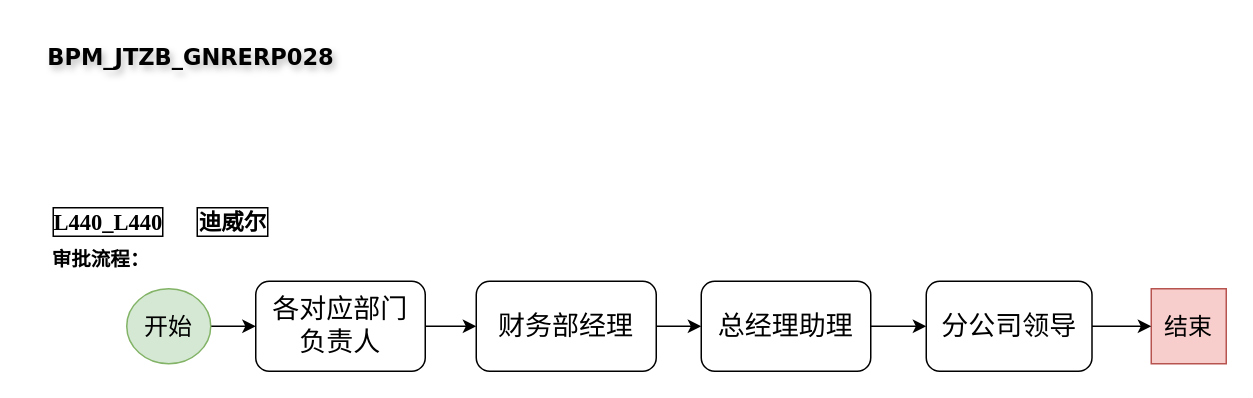
wyxvincent/flow_charts keeps this draw.io diagram as BPM_JTZB_GNRERP028 -L440_L440.drawio. Above is the earlier version. Source tidied: cells renumbered, new cells numbered last; positions are measured from the earlier drawing's top-left corner, leaving out a move shared by most shapes. Both pictures are drawn from the tidied source at 150%, with x=0, y=0 at pixel (26, 26).
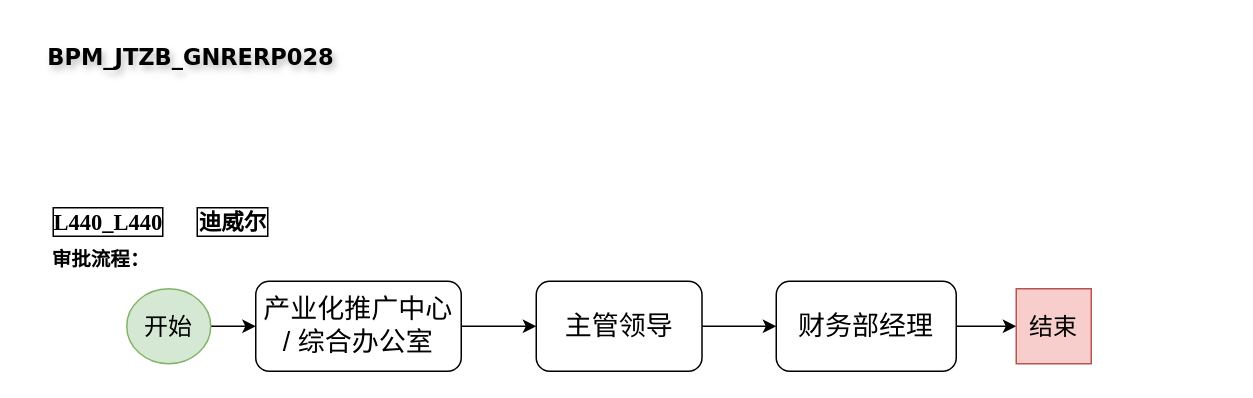
After the change.

Change to the diagram source:
```diff
@@
 <mxGraphModel>
   <root>
     <mxCell id="0" />
     <mxCell id="1" parent="0" />
-    <mxCell id="2" style="edgeStyle=orthogonalEdgeStyle;rounded=0;jettySize=auto;html=1;" parent="1" edge="1" source="3" target="7">
+    <mxCell id="2" style="edgeStyle=orthogonalEdgeStyle;rounded=0;jettySize=auto;html=1;entryX=0;entryY=0.5;entryDx=0;entryDy=0;" parent="1" edge="1" source="3" target="16">
       <mxGeometry relative="1" as="geometry" />
     </mxCell>
-    <mxCell id="3" value="&lt;font style=&quot;font-size: 18px;&quot;&gt;各对应部门&lt;/font&gt;&lt;div&gt;&lt;font style=&quot;font-size: 18px;&quot;&gt;负责人&lt;/font&gt;&lt;/div&gt;" style="rounded=1;whiteSpace=wrap;html=1;fontSize=12;glass=0;strokeWidth=1;shadow=0;" parent="1" vertex="1">
-      <mxGeometry x="153" y="170" width="113" height="60" as="geometry" />
+    <mxCell id="3" value="&lt;span style=&quot;font-size: 18px;&quot;&gt;产业化推广中心 / 综合办公室&lt;/span&gt;" style="rounded=1;whiteSpace=wrap;html=1;fontSize=12;glass=0;strokeWidth=1;shadow=0;" parent="1" vertex="1">
+      <mxGeometry x="153" y="170" width="137" height="60" as="geometry" />
     </mxCell>
     <mxCell id="4" style="edgeStyle=orthogonalEdgeStyle;rounded=0;jettySize=auto;html=1;" parent="1" edge="1" source="5" target="3">
       <mxGeometry relative="1" as="geometry" />
     </mxCell>
     <mxCell id="5" value="&lt;font style=&quot;font-size: 16px;&quot;&gt;开始&lt;/font&gt;" style="ellipse;whiteSpace=wrap;html=1;fillColor=#d5e8d4;strokeColor=#82b366;" parent="1" vertex="1">
       <mxGeometry x="67" y="175" width="56" height="50" as="geometry" />
     </mxCell>
-    <mxCell id="6" style="edgeStyle=orthogonalEdgeStyle;rounded=0;jettySize=auto;html=1;entryX=0;entryY=0.5;entryDx=0;entryDy=0;" parent="1" edge="1" source="7" target="14">
-      <mxGeometry relative="1" as="geometry" />
-    </mxCell>
+    <mxCell id="17" style="edgeStyle=orthogonalEdgeStyle;rounded=0;jettySize=auto;html=1;" parent="1" edge="1" source="7" target="8">
+      <mxGeometry relative="1" as="geometry" />
+    </mxCell>
     <mxCell id="7" value="&lt;font style=&quot;font-size: 18px;&quot;&gt;财务部经理&lt;/font&gt;" style="rounded=1;whiteSpace=wrap;html=1;fontSize=12;glass=0;strokeWidth=1;shadow=0;" parent="1" vertex="1">
-      <mxGeometry x="300" y="170" width="120" height="60" as="geometry" />
+      <mxGeometry x="500" y="170" width="120" height="60" as="geometry" />
     </mxCell>
     <mxCell id="8" value="&lt;font style=&quot;font-size: 16px;&quot;&gt;结束&lt;/font&gt;" style="whiteSpace=wrap;html=1;fillColor=#f8cecc;strokeColor=#b85450;" parent="1" vertex="1">
-      <mxGeometry x="750" y="175" width="50" height="50" as="geometry" />
+      <mxGeometry x="660" y="175" width="50" height="50" as="geometry" />
     </mxCell>
     <mxCell id="9" value="BPM_JTZB_GNRERP028" style="text;html=1;align=center;verticalAlign=middle;whiteSpace=wrap;rounded=0;fontStyle=1;fontFamily=Verdana;fontSize=15;labelBorderColor=none;labelBackgroundColor=none;textShadow=1;" parent="1" vertex="1">
       <mxGeometry width="220" height="40" as="geometry" />
     </mxCell>
     <mxCell id="10" value="L440_L440" style="text;html=1;align=center;verticalAlign=middle;whiteSpace=wrap;rounded=0;fontStyle=1;fontFamily=Times New Roman;fontSize=15;labelBackgroundColor=none;labelBorderColor=default;" parent="1" vertex="1">
       <mxGeometry x="10" y="110" width="90" height="40" as="geometry" />
     </mxCell>
     <mxCell id="11" value="迪威尔" style="text;html=1;align=center;verticalAlign=middle;whiteSpace=wrap;rounded=0;fontStyle=1;fontFamily=Times New Roman;fontSize=15;labelBorderColor=default;" parent="1" vertex="1">
       <mxGeometry x="110" y="110" width="56" height="40" as="geometry" />
     </mxCell>
     <mxCell id="12" value="审批流程：" style="text;html=1;align=center;verticalAlign=middle;whiteSpace=wrap;rounded=0;fontStyle=1;fontFamily=Times New Roman;fontSize=13;textShadow=0;" parent="1" vertex="1">
       <mxGeometry x="10" y="135" width="80" height="40" as="geometry" />
     </mxCell>
-    <mxCell id="13" style="edgeStyle=orthogonalEdgeStyle;rounded=0;jettySize=auto;html=1;" parent="1" edge="1" source="14" target="16">
-      <mxGeometry relative="1" as="geometry" />
-    </mxCell>
-    <mxCell id="14" value="&lt;font style=&quot;font-size: 18px;&quot;&gt;总经理助理&lt;/font&gt;" style="rounded=1;whiteSpace=wrap;html=1;fontSize=12;glass=0;strokeWidth=1;shadow=0;" parent="1" vertex="1">
-      <mxGeometry x="450" y="170" width="113" height="60" as="geometry" />
-    </mxCell>
-    <mxCell id="15" style="edgeStyle=orthogonalEdgeStyle;rounded=0;jettySize=auto;html=1;" parent="1" edge="1" source="16" target="8">
+    <mxCell id="15" style="edgeStyle=orthogonalEdgeStyle;rounded=0;jettySize=auto;html=1;entryX=0;entryY=0.5;entryDx=0;entryDy=0;" parent="1" edge="1" source="16" target="7">
       <mxGeometry relative="1" as="geometry" />
     </mxCell>
-    <mxCell id="16" value="&lt;font style=&quot;font-size: 18px;&quot;&gt;分公司领导&lt;/font&gt;" style="rounded=1;whiteSpace=wrap;html=1;fontSize=12;glass=0;strokeWidth=1;shadow=0;" parent="1" vertex="1">
-      <mxGeometry x="600" y="170" width="110.5" height="60" as="geometry" />
+    <mxCell id="16" value="&lt;font style=&quot;font-size: 18px;&quot;&gt;主管领导&lt;/font&gt;" style="rounded=1;whiteSpace=wrap;html=1;fontSize=12;glass=0;strokeWidth=1;shadow=0;" parent="1" vertex="1">
+      <mxGeometry x="340" y="170" width="110.5" height="60" as="geometry" />
     </mxCell>
   </root>
 </mxGraphModel>
```
